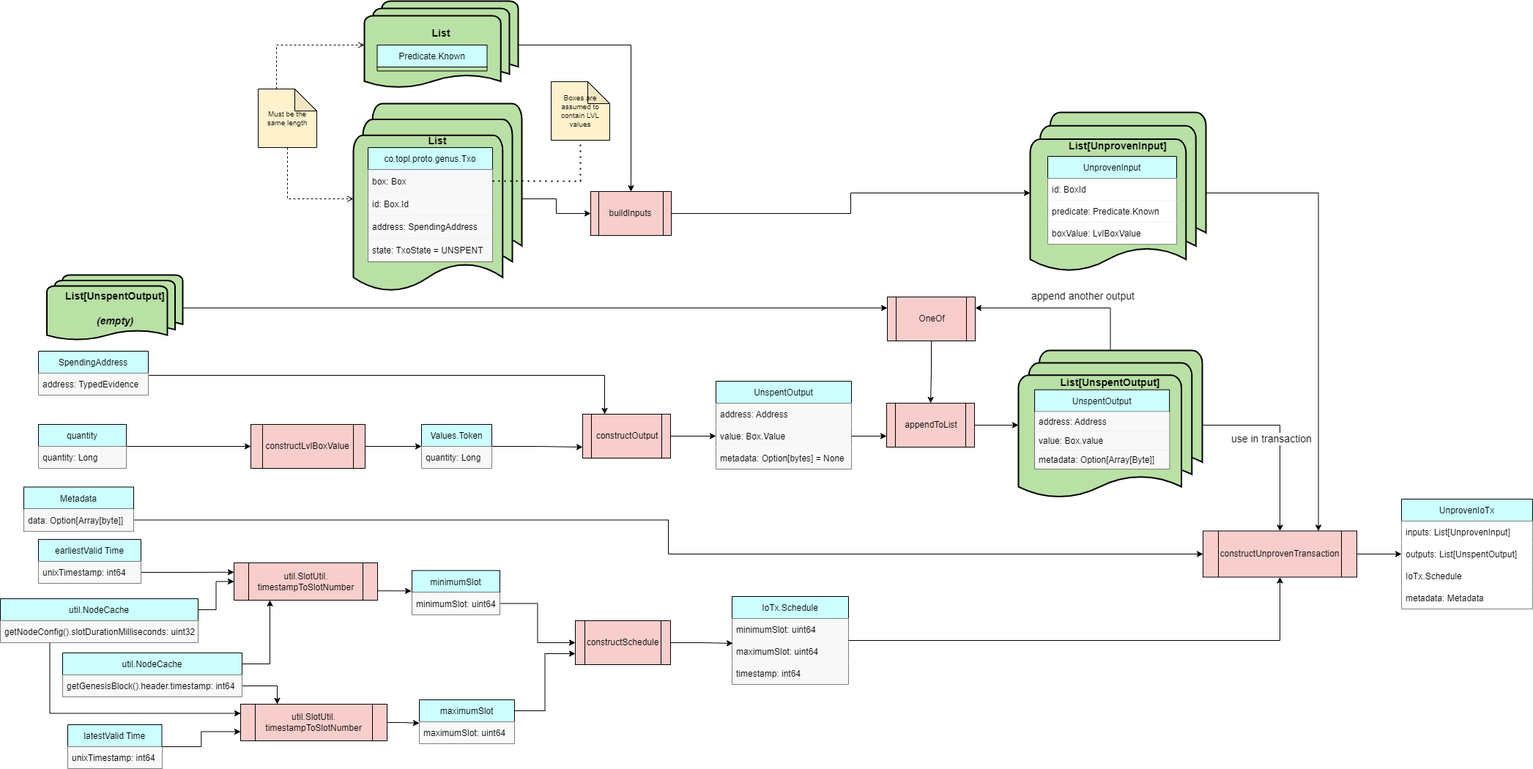
Earlier version of the draw.io export docs/Modules/NativeTransactor/transaction_builder.drawio.png (Topl/BramblSc-docs). Source tidied: cells renumbered, new cells last; positions are measured from the earlier drawing's top-left corner, leaving out a move shared by most shapes.
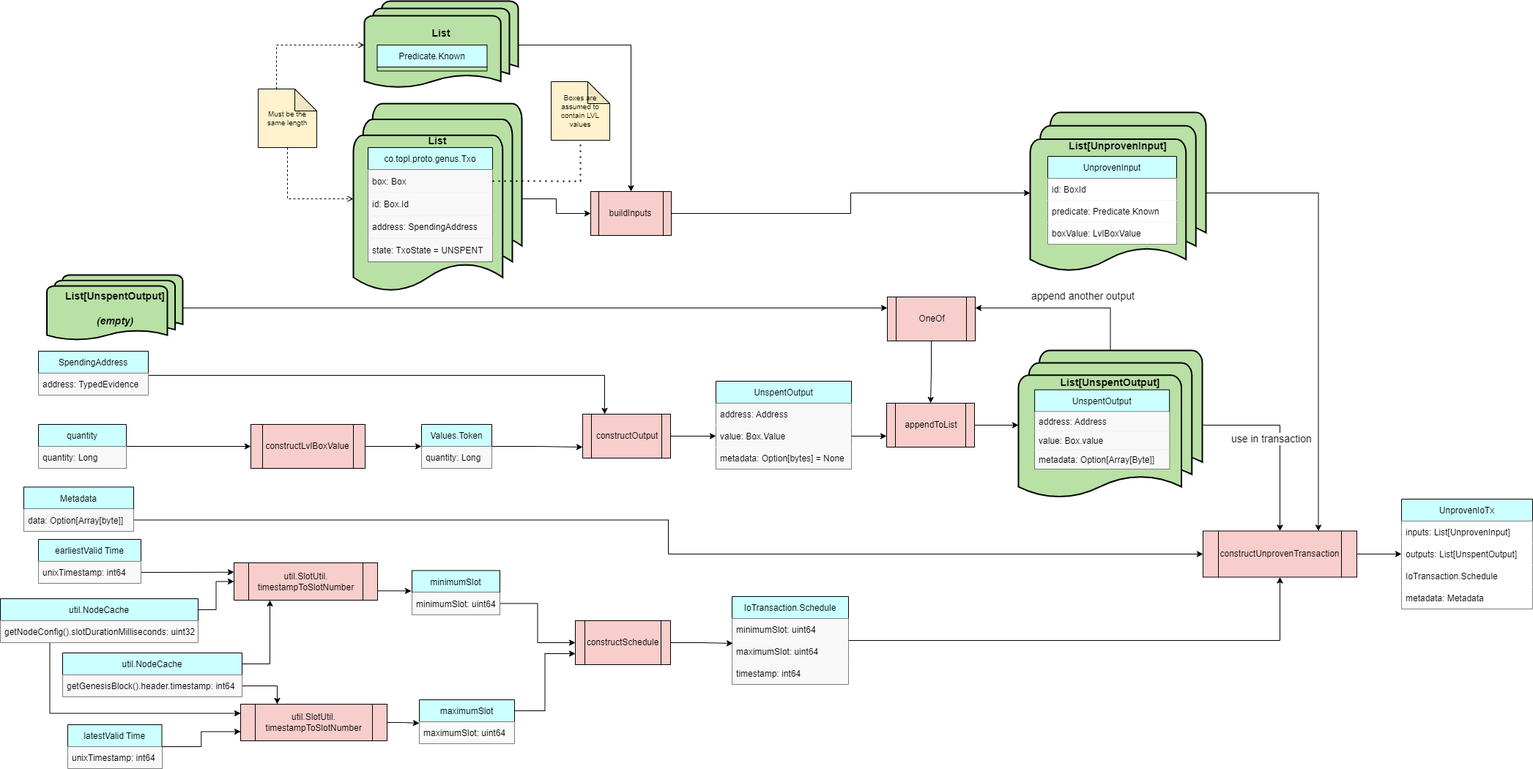
After the change.

Commit message:
Another correction

The edit, as a diff of the source:
```diff
@@ -8,7 +8,7 @@
     <mxCell id="3" value="constructUnprovenTransaction" style="shape=process;whiteSpace=wrap;html=1;backgroundOutline=1;fillColor=#F8CECC;" parent="1" vertex="1">
       <mxGeometry x="1642" y="723.5" width="210" height="63" as="geometry" />
     </mxCell>
-    <mxCell id="4" value="IoTx.Schedule" style="swimlane;fontStyle=0;horizontal=1;startSize=30;fillColor=#CCFFFF;" parent="1" vertex="1">
+    <mxCell id="4" value="IoTransaction.Schedule" style="swimlane;fontStyle=0;horizontal=1;startSize=30;fillColor=#CCFFFF;" parent="1" vertex="1">
       <mxGeometry x="999" y="813" width="159" height="120" as="geometry" />
     </mxCell>
     <mxCell id="5" value="minimumSlot: uint64" style="text;strokeColor=none;fillColor=#F8F8F8;align=left;verticalAlign=middle;spacingLeft=4;spacingRight=4;overflow=hidden;" parent="4" vertex="1">
@@ -175,7 +175,7 @@
     <mxCell id="58" value="outputs: List[UnspentOutput]" style="text;strokeColor=none;fillColor=#FFFFFF;align=left;verticalAlign=middle;spacingLeft=4;spacingRight=4;overflow=hidden;points=[[0,0.5],[1,0.5]];portConstraint=eastwest;" parent="56" vertex="1">
       <mxGeometry y="60" width="179" height="30" as="geometry" />
     </mxCell>
-    <mxCell id="59" value="IoTx.Schedule" style="text;strokeColor=none;fillColor=#FFFFFF;align=left;verticalAlign=middle;spacingLeft=4;spacingRight=4;overflow=hidden;" parent="56" vertex="1">
+    <mxCell id="59" value="IoTransaction.Schedule" style="text;strokeColor=none;fillColor=#FFFFFF;align=left;verticalAlign=middle;spacingLeft=4;spacingRight=4;overflow=hidden;" parent="56" vertex="1">
       <mxGeometry y="90" width="179" height="30" as="geometry" />
     </mxCell>
     <mxCell id="60" value="metadata: Metadata" style="text;strokeColor=none;fillColor=#FFFFFF;align=left;verticalAlign=middle;spacingLeft=4;spacingRight=4;overflow=hidden;" parent="56" vertex="1">
```
